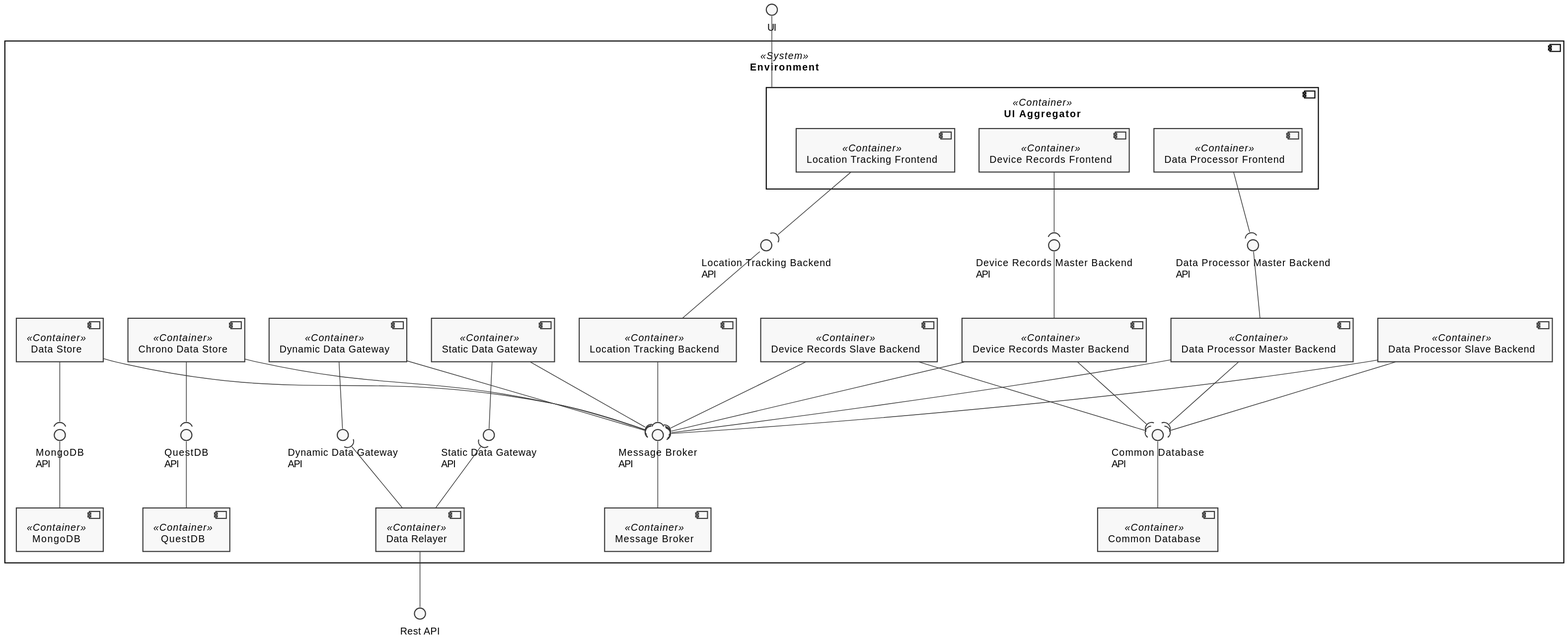
FilipeMCruz/sensae-console keeps this PlantUML diagram as docs/diagrams/logical-view-level2.svg. Above is the earlier version.
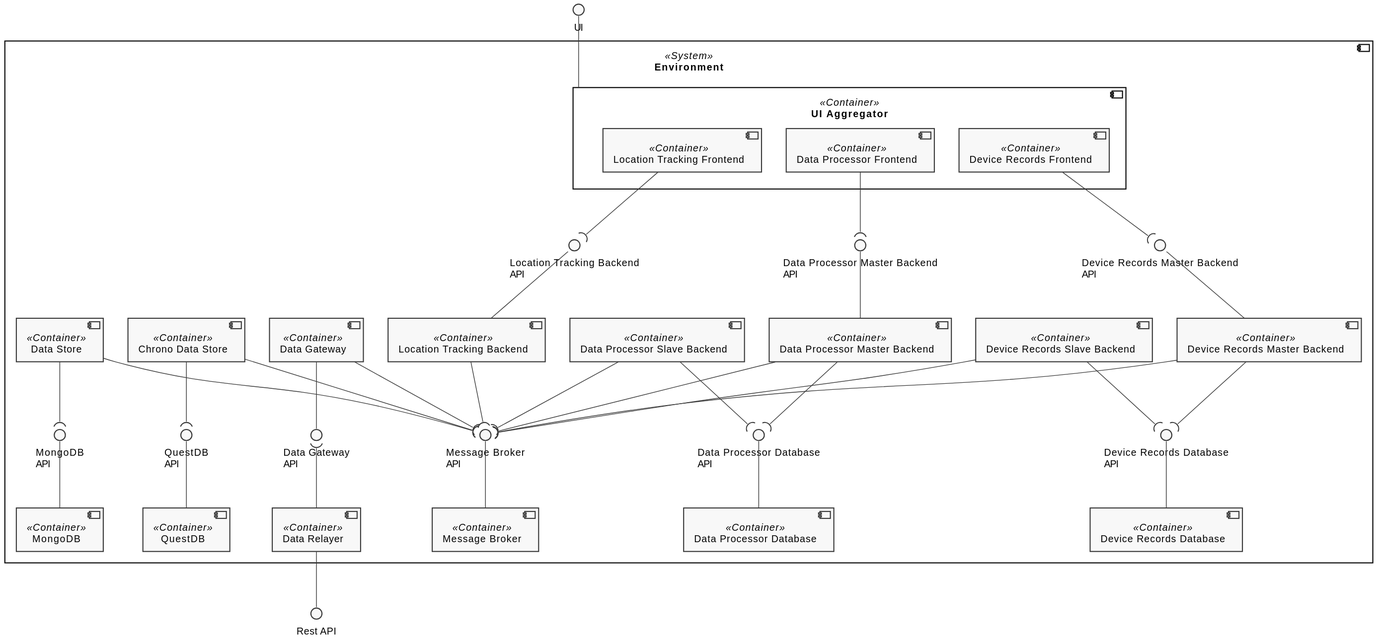
After the change.

What changed in the source:
```diff
@@ -15,8 +15,7 @@
     component "Device Records Master Backend" as DRB <<Container>>
     component "Device Records Slave Backend" as DRSB <<Container>>
     component "Location Tracking Backend" as LTB <<Container>>
-    component "Static Data Gateway" as SDG <<Container>>
-    component "Dynamic Data Gateway" as DDG <<Container>>
+    component "Data Gateway" as DDG <<Container>>
     component "Data Relayer" as DR <<Container>>
     component "UI Aggregator" as UIAG <<Container>> {
         component "Device Records Frontend" as DRF <<Container>>
@@ -25,7 +24,8 @@
     }
     component "Data Processor Slave Backend" as DPSB <<Container>>
     component "Data Processor Master Backend" as DPMB <<Container>>
-    component "Common Database" as DRDB <<Container>>
+    component "Device Records Database" as DRDB <<Container>>
+    component "Data Processor Database" as DPDB <<Container>>
     component "Chrono Data Store" as CDS <<Container>>
     component "Data Store" as DS <<Container>>
     component "QuestDB" as QUESTDB <<Container>>
@@ -35,11 +35,11 @@
     interface "Location Tracking Backend\nAPI" as LTB_API
     interface "Device Records Master Backend\nAPI" as DRB_API
     interface "Data Processor Master Backend\nAPI" as DPMB_API
-    interface "Common Database\nAPI" as DRDB_API
+    interface "Device Records Database\nAPI" as DRDB_API
+    interface "Data Processor Database\nAPI" as DPDB_API
     interface "QuestDB\nAPI" as QUESTDB_API
     interface "MongoDB\nAPI" as MONGODB_API
-    interface "Static Data Gateway\nAPI" as SDG_API
-    interface "Dynamic Data Gateway\nAPI" as DDG_API
+    interface "Data Gateway\nAPI" as DDG_API
 
     CDS --( QUESTDB_API
     DS --( MONGODB_API
@@ -48,15 +48,15 @@
     DRB_API -- DRB
     MB_API -- MB
     DRDB_API -- DRDB
+    DPDB_API -- DPDB
     LTB_API -- LTB
     UI -- UIAG
-    SDG -- SDG_API
     MONGODB_API -- MONGODB
     QUESTDB_API -- QUESTDB
     DRB --( DRDB_API
     DRSB --( DRDB_API
-    DPMB --( DRDB_API
-    DPSB --( DRDB_API
+    DPMB --( DPDB_API
+    DPSB --( DPDB_API
     LTF --( LTB_API
     DPF --( DPMB_API
     DRF --( DRB_API
@@ -67,12 +67,10 @@
     DRB --( MB_API
     DPMB --( MB_API
     DRSB --( MB_API
-    SDG --( MB_API
     DPSB --( MB_API
     DDG --( MB_API
 
     DR -- IN_ENDPOINT
-    SDG_API )-- DR
     DDG_API )-- DR
 }
 
```
